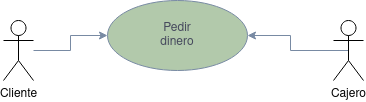
Earlier version of the draw.io export img/prueba.png (Edu362/ets). Source tidied: cells renumbered, new cells last; positions are measured from the earlier drawing's top-left corner, leaving out a move shared by most shapes.
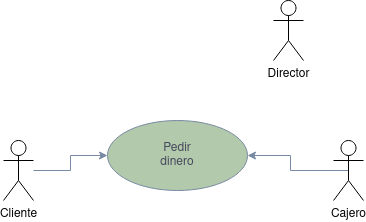
The same file after the commit.

Change to the diagram source:
```diff
@@ -17,5 +17,8 @@
     <mxCell id="6" value="&lt;div&gt;Pedir &lt;br&gt;&lt;/div&gt;&lt;div&gt;dinero&lt;/div&gt;" style="ellipse;whiteSpace=wrap;html=1;labelBackgroundColor=none;fillColor=#B2C9AB;strokeColor=#788AA3;fontColor=#46495D;" parent="1" vertex="1">
       <mxGeometry x="104" width="140" height="70" as="geometry" />
     </mxCell>
+    <mxCell id="7" value="Director" style="shape=umlActor;verticalLabelPosition=bottom;verticalAlign=top;html=1;" parent="1" vertex="1">
+      <mxGeometry x="270" y="-120" width="30" height="60" as="geometry" />
+    </mxCell>
   </root>
 </mxGraphModel>
```
